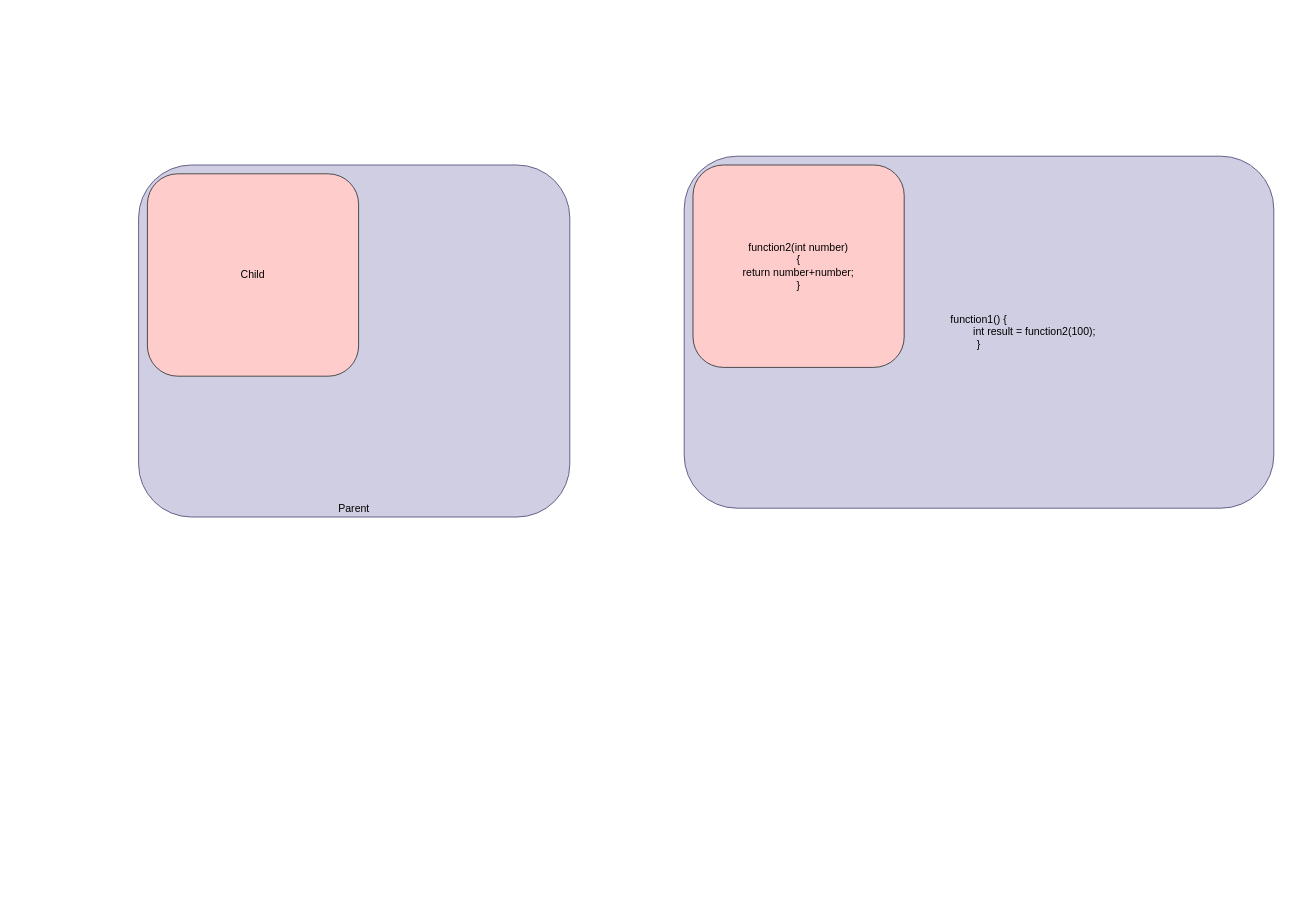
nathub071122/natGIT keeps this draw.io diagram as page "Component Communication" (5 of 5) of ANGULAR/Angular.drawio. Above is the earlier version. Source tidied: cells renumbered, new cells numbered last; positions are measured from the earlier drawing's top-left corner, leaving out a move shared by most shapes. Both pictures are drawn from the tidied source at 88%, with x=0, y=0 at pixel (138, 156).
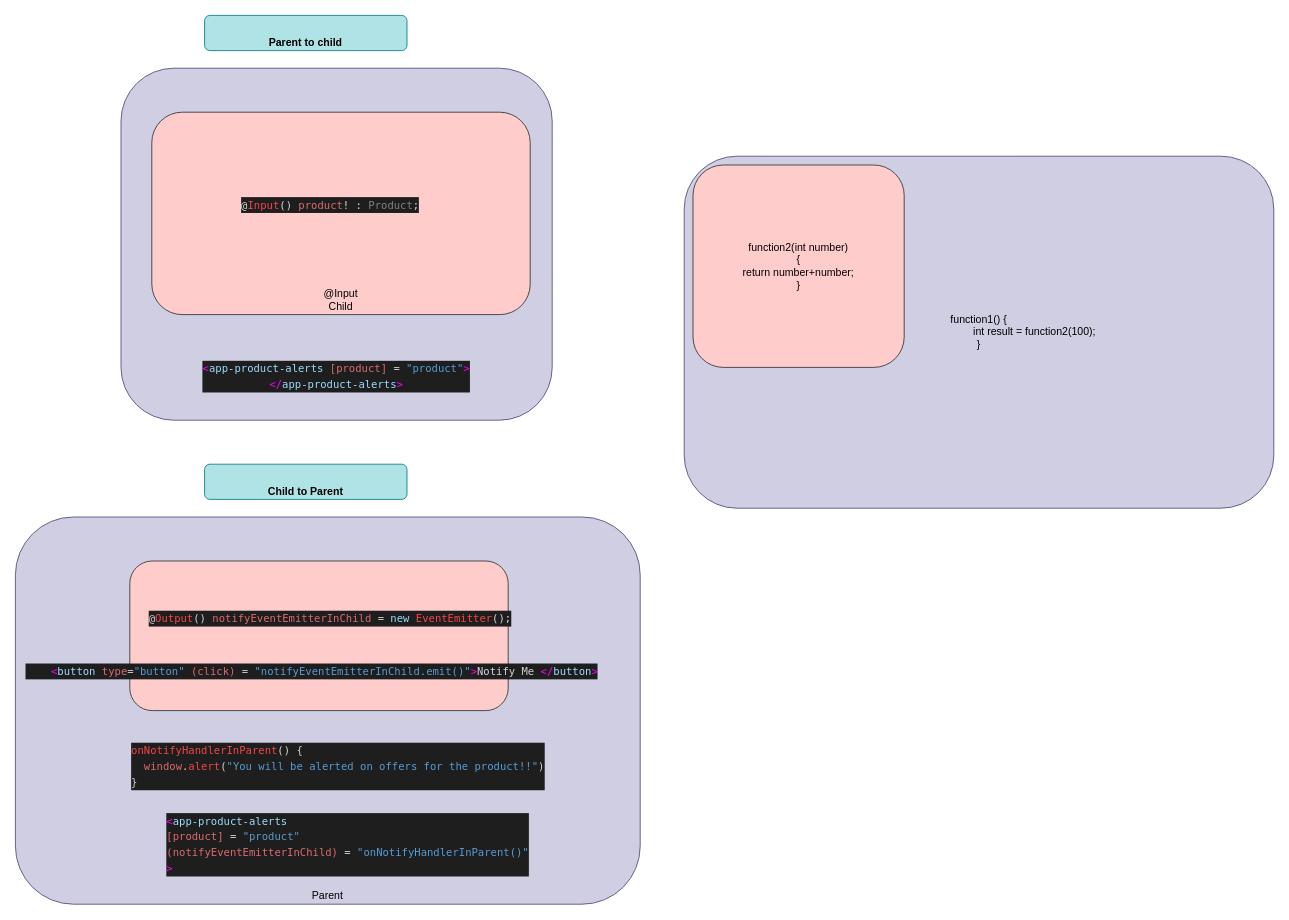
Above is the later version.

The edit, as a diff of the source:
```diff
@@
 <mxGraphModel>
   <root>
     <mxCell id="0" />
     <mxCell id="1" parent="0" />
+    <mxCell id="6" value="Parent" style="rounded=1;whiteSpace=wrap;html=1;fillColor=#d0cee2;strokeColor=#56517e;verticalAlign=bottom;" parent="1" vertex="1">
+      <mxGeometry x="-140" y="410" width="710" height="440" as="geometry" />
+    </mxCell>
+    <mxCell id="7" style="rounded=1;whiteSpace=wrap;html=1;fillColor=#ffcccc;strokeColor=#36393d;verticalAlign=bottom;" parent="1" vertex="1">
+      <mxGeometry x="-10" y="460" width="430" height="170" as="geometry" />
+    </mxCell>
-    <mxCell id="2" value="Parent" style="rounded=1;whiteSpace=wrap;html=1;fillColor=#d0cee2;strokeColor=#56517e;verticalAlign=bottom;" parent="1" vertex="1">
-      <mxGeometry y="10" width="490" height="400" as="geometry" />
+    <mxCell id="2" value="&#10;&#10;&lt;div style=&quot;color: rgb(212, 212, 212); background-color: rgb(30, 30, 30); font-family: menlo, &amp;quot;cascadia code&amp;quot;, consolas, &amp;quot;liberation mono&amp;quot;, monospace, consolas, &amp;quot;courier new&amp;quot;, monospace; font-weight: normal; font-size: 12px; line-height: 18px;&quot;&gt;&lt;div&gt;&lt;span style=&quot;color: #ff00ff&quot;&gt;&amp;lt;&lt;/span&gt;&lt;span style=&quot;color: #9cdcfe&quot;&gt;app-product-alerts&lt;/span&gt;&lt;span style=&quot;color: #d4d4d4&quot;&gt;&amp;nbsp;&lt;/span&gt;&lt;span style=&quot;color: #dd6a6f&quot;&gt;[product]&lt;/span&gt;&lt;span style=&quot;color: #d4d4d4&quot;&gt;&amp;nbsp;=&amp;nbsp;&lt;/span&gt;&lt;span style=&quot;color: #569cd6&quot;&gt;&quot;product&quot;&lt;/span&gt;&lt;span style=&quot;color: #ff00ff&quot;&gt;&amp;gt;&lt;/span&gt;&lt;/div&gt;&lt;div&gt;&lt;span style=&quot;color: #ff00ff&quot;&gt;&amp;lt;/&lt;/span&gt;&lt;span style=&quot;color: #9cdcfe&quot;&gt;app-product-alerts&lt;/span&gt;&lt;span style=&quot;color: #ff00ff&quot;&gt;&amp;gt;&lt;/span&gt;&lt;/div&gt;&lt;/div&gt;&#10;&#10;" style="rounded=1;whiteSpace=wrap;html=1;fillColor=#d0cee2;strokeColor=#56517e;verticalAlign=bottom;" parent="1" vertex="1">
+      <mxGeometry x="-20" y="-100" width="490" height="400" as="geometry" />
     </mxCell>
-    <mxCell id="3" value="Child" style="rounded=1;whiteSpace=wrap;html=1;fillColor=#ffcccc;strokeColor=#36393d;verticalAlign=middle;" parent="1" vertex="1">
-      <mxGeometry x="10" y="20" width="240" height="230" as="geometry" />
+    <mxCell id="3" value="@Input &lt;br&gt;Child" style="rounded=1;whiteSpace=wrap;html=1;fillColor=#ffcccc;strokeColor=#36393d;verticalAlign=bottom;" parent="1" vertex="1">
+      <mxGeometry x="15" y="-50" width="430" height="230" as="geometry" />
     </mxCell>
     <mxCell id="4" value="function1() {&lt;br&gt;&amp;nbsp; &amp;nbsp; &amp;nbsp; &amp;nbsp; &amp;nbsp; &amp;nbsp; &amp;nbsp; &amp;nbsp; &amp;nbsp; &amp;nbsp; &amp;nbsp; &amp;nbsp; &amp;nbsp; &amp;nbsp; &amp;nbsp; &amp;nbsp; &amp;nbsp; &amp;nbsp; &amp;nbsp; int result = function2(100);&lt;br&gt;}" style="rounded=1;whiteSpace=wrap;html=1;fillColor=#d0cee2;strokeColor=#56517e;verticalAlign=middle;" parent="1" vertex="1">
       <mxGeometry x="620" width="670" height="400" as="geometry" />
     </mxCell>
     <mxCell id="5" value="function2(int number)&lt;br&gt;{&lt;br&gt;return number+number;&lt;br&gt;}" style="rounded=1;whiteSpace=wrap;html=1;fillColor=#ffcccc;strokeColor=#36393d;verticalAlign=middle;" parent="1" vertex="1">
       <mxGeometry x="630" y="10" width="240" height="230" as="geometry" />
     </mxCell>
+    <mxCell id="8" value="&lt;div style=&quot;color: rgb(212, 212, 212); background-color: rgb(30, 30, 30); font-family: menlo, &amp;quot;cascadia code&amp;quot;, consolas, &amp;quot;liberation mono&amp;quot;, monospace, consolas, &amp;quot;courier new&amp;quot;, monospace; font-weight: normal; font-size: 12px; line-height: 18px;&quot;&gt;&lt;div&gt;&lt;span style=&quot;color: #d4d4d4&quot;&gt;@&lt;/span&gt;&lt;span style=&quot;color: #f44747&quot;&gt;Input&lt;/span&gt;&lt;span style=&quot;color: #d4d4d4&quot;&gt;()&amp;nbsp;&lt;/span&gt;&lt;span style=&quot;color: #dd6a6f&quot;&gt;product&lt;/span&gt;&lt;span style=&quot;color: #d4d4d4&quot;&gt;!&amp;nbsp;:&amp;nbsp;&lt;/span&gt;&lt;span style=&quot;color: #808080&quot;&gt;Product&lt;/span&gt;&lt;span style=&quot;color: #d4d4d4&quot;&gt;;&lt;/span&gt;&lt;/div&gt;&lt;/div&gt;" style="text;whiteSpace=wrap;html=1;" parent="1" vertex="1">
+      <mxGeometry x="115" y="40" width="220" height="30" as="geometry" />
+    </mxCell>
+    <mxCell id="9" value="&lt;div style=&quot;color: rgb(212, 212, 212); background-color: rgb(30, 30, 30); font-family: menlo, &amp;quot;cascadia code&amp;quot;, consolas, &amp;quot;liberation mono&amp;quot;, monospace, consolas, &amp;quot;courier new&amp;quot;, monospace; font-weight: normal; font-size: 12px; line-height: 18px;&quot;&gt;&lt;div&gt;&lt;span style=&quot;color: #d4d4d4&quot;&gt;@&lt;/span&gt;&lt;span style=&quot;color: #f44747&quot;&gt;Output&lt;/span&gt;&lt;span style=&quot;color: #d4d4d4&quot;&gt;()&amp;nbsp;&lt;/span&gt;&lt;span style=&quot;color: #dd6a6f&quot;&gt;notifyEventEmitterInChild&lt;/span&gt;&lt;span style=&quot;color: #d4d4d4&quot;&gt;&amp;nbsp;=&amp;nbsp;&lt;/span&gt;&lt;span style=&quot;color: #9cdcfe&quot;&gt;new&lt;/span&gt;&lt;span style=&quot;color: #d4d4d4&quot;&gt;&amp;nbsp;&lt;/span&gt;&lt;span style=&quot;color: #f44747&quot;&gt;EventEmitter&lt;/span&gt;&lt;span style=&quot;color: #d4d4d4&quot;&gt;();&lt;/span&gt;&lt;/div&gt;&lt;/div&gt;" style="text;whiteSpace=wrap;html=1;" parent="1" vertex="1">
+      <mxGeometry x="10" y="510" width="430" height="30" as="geometry" />
+    </mxCell>
+    <mxCell id="10" value="&lt;div style=&quot;color: rgb(212, 212, 212); background-color: rgb(30, 30, 30); font-family: menlo, &amp;quot;cascadia code&amp;quot;, consolas, &amp;quot;liberation mono&amp;quot;, monospace, consolas, &amp;quot;courier new&amp;quot;, monospace; font-weight: normal; font-size: 12px; line-height: 18px;&quot;&gt;&lt;div&gt;&lt;span style=&quot;color: #d4d4d4&quot;&gt;&amp;nbsp;&amp;nbsp;&amp;nbsp;&amp;nbsp;&lt;/span&gt;&lt;span style=&quot;color: #ff00ff&quot;&gt;&amp;lt;&lt;/span&gt;&lt;span style=&quot;color: #9cdcfe&quot;&gt;button&lt;/span&gt;&lt;span style=&quot;color: #d4d4d4&quot;&gt;&amp;nbsp;&lt;/span&gt;&lt;span style=&quot;color: #dd6a6f&quot;&gt;type&lt;/span&gt;&lt;span style=&quot;color: #d4d4d4&quot;&gt;=&lt;/span&gt;&lt;span style=&quot;color: #569cd6&quot;&gt;&quot;button&quot;&lt;/span&gt;&lt;span style=&quot;color: #d4d4d4&quot;&gt;&amp;nbsp;&lt;/span&gt;&lt;span style=&quot;color: #dd6a6f&quot;&gt;(click)&lt;/span&gt;&lt;span style=&quot;color: #d4d4d4&quot;&gt;&amp;nbsp;=&amp;nbsp;&lt;/span&gt;&lt;span style=&quot;color: #569cd6&quot;&gt;&quot;notifyEventEmitterInChild.emit()&quot;&lt;/span&gt;&lt;span style=&quot;color: #ff00ff&quot;&gt;&amp;gt;&lt;/span&gt;&lt;span style=&quot;color: #d4d4d4&quot;&gt;Notify&amp;nbsp;Me&amp;nbsp;&lt;/span&gt;&lt;span style=&quot;color: #ff00ff&quot;&gt;&amp;lt;/&lt;/span&gt;&lt;span style=&quot;color: #9cdcfe&quot;&gt;button&lt;/span&gt;&lt;span style=&quot;color: #ff00ff&quot;&gt;&amp;gt;&lt;/span&gt;&lt;/div&gt;&lt;/div&gt;" style="text;whiteSpace=wrap;html=1;" parent="1" vertex="1">
+      <mxGeometry x="-130" y="570" width="570" height="90" as="geometry" />
+    </mxCell>
+    <mxCell id="11" value="&lt;div style=&quot;color: rgb(212, 212, 212); background-color: rgb(30, 30, 30); font-family: menlo, &amp;quot;cascadia code&amp;quot;, consolas, &amp;quot;liberation mono&amp;quot;, monospace, consolas, &amp;quot;courier new&amp;quot;, monospace; font-weight: normal; font-size: 12px; line-height: 18px;&quot;&gt;&lt;div&gt;&lt;span style=&quot;color: #ff00ff&quot;&gt;&amp;lt;&lt;/span&gt;&lt;span style=&quot;color: #9cdcfe&quot;&gt;app-product-alerts&lt;/span&gt;&lt;span style=&quot;color: #d4d4d4&quot;&gt;&amp;nbsp;&lt;/span&gt;&lt;/div&gt;&lt;div&gt;&lt;span style=&quot;color: #dd6a6f&quot;&gt;[product]&lt;/span&gt;&lt;span style=&quot;color: #d4d4d4&quot;&gt;&amp;nbsp;=&amp;nbsp;&lt;/span&gt;&lt;span style=&quot;color: #569cd6&quot;&gt;&quot;product&quot;&lt;/span&gt;&lt;/div&gt;&lt;div&gt;&lt;span style=&quot;color: #dd6a6f&quot;&gt;(notifyEventEmitterInChild)&lt;/span&gt;&lt;span style=&quot;color: #d4d4d4&quot;&gt;&amp;nbsp;=&amp;nbsp;&lt;/span&gt;&lt;span style=&quot;color: #569cd6&quot;&gt;&quot;onNotifyHandlerInParent()&quot;&lt;/span&gt;&lt;/div&gt;&lt;div&gt;&lt;span style=&quot;color: #ff00ff&quot;&gt;&amp;gt;&lt;/span&gt;&lt;/div&gt;&lt;/div&gt;" style="text;whiteSpace=wrap;html=1;" parent="1" vertex="1">
+      <mxGeometry x="30" y="740" width="430" height="90" as="geometry" />
+    </mxCell>
+    <mxCell id="12" value="&lt;div style=&quot;color: rgb(212, 212, 212); background-color: rgb(30, 30, 30); font-family: menlo, &amp;quot;cascadia code&amp;quot;, consolas, &amp;quot;liberation mono&amp;quot;, monospace, consolas, &amp;quot;courier new&amp;quot;, monospace; font-weight: normal; font-size: 12px; line-height: 18px;&quot;&gt;&lt;div&gt;&lt;span style=&quot;color: #f44747&quot;&gt;onNotifyHandlerInParent&lt;/span&gt;&lt;span style=&quot;color: #d4d4d4&quot;&gt;()&amp;nbsp;{&lt;/span&gt;&lt;/div&gt;&lt;div&gt;&lt;span style=&quot;color: #d4d4d4&quot;&gt;&amp;nbsp;&amp;nbsp;&lt;/span&gt;&lt;span style=&quot;color: #dd6a6f&quot;&gt;window&lt;/span&gt;&lt;span style=&quot;color: #d4d4d4&quot;&gt;.&lt;/span&gt;&lt;span style=&quot;color: #f44747&quot;&gt;alert&lt;/span&gt;&lt;span style=&quot;color: #d4d4d4&quot;&gt;(&lt;/span&gt;&lt;span style=&quot;color: #569cd6&quot;&gt;&quot;You&amp;nbsp;will&amp;nbsp;be&amp;nbsp;alerted&amp;nbsp;on&amp;nbsp;offers&amp;nbsp;for&amp;nbsp;the&amp;nbsp;product!!&quot;&lt;/span&gt;&lt;span style=&quot;color: #d4d4d4&quot;&gt;)&lt;/span&gt;&lt;/div&gt;&lt;div&gt;&lt;span style=&quot;color: #d4d4d4&quot;&gt;}&lt;/span&gt;&lt;/div&gt;&lt;/div&gt;" style="text;whiteSpace=wrap;html=1;" parent="1" vertex="1">
+      <mxGeometry x="-10" y="660" width="480" height="70" as="geometry" />
+    </mxCell>
+    <mxCell id="13" value="Parent to child" style="rounded=1;whiteSpace=wrap;html=1;fillColor=#b0e3e6;strokeColor=#0e8088;fontStyle=1;verticalAlign=bottom;" parent="1" vertex="1">
+      <mxGeometry x="75" y="-160" width="230" height="40" as="geometry" />
+    </mxCell>
+    <mxCell id="14" value="Child to Parent" style="rounded=1;whiteSpace=wrap;html=1;fillColor=#b0e3e6;strokeColor=#0e8088;fontStyle=1;verticalAlign=bottom;" parent="1" vertex="1">
+      <mxGeometry x="75" y="350" width="230" height="40" as="geometry" />
+    </mxCell>
   </root>
 </mxGraphModel>
```
